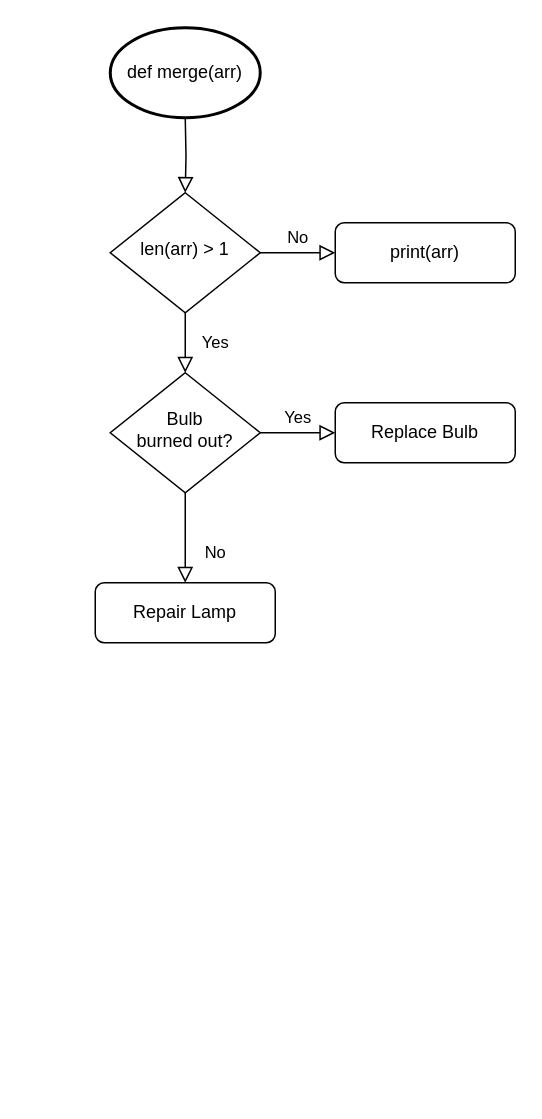
This is Untitled Diagram.drawio from tsabz/csc_logic_and_design, a draw.io file, before an edit. Source tidied: cells renumbered, new cells numbered last; positions are measured from the earlier drawing's top-left corner, leaving out a move shared by most shapes. Both pictures are drawn from the tidied source at 150%, with x=0, y=0 at pixel (94, 27).
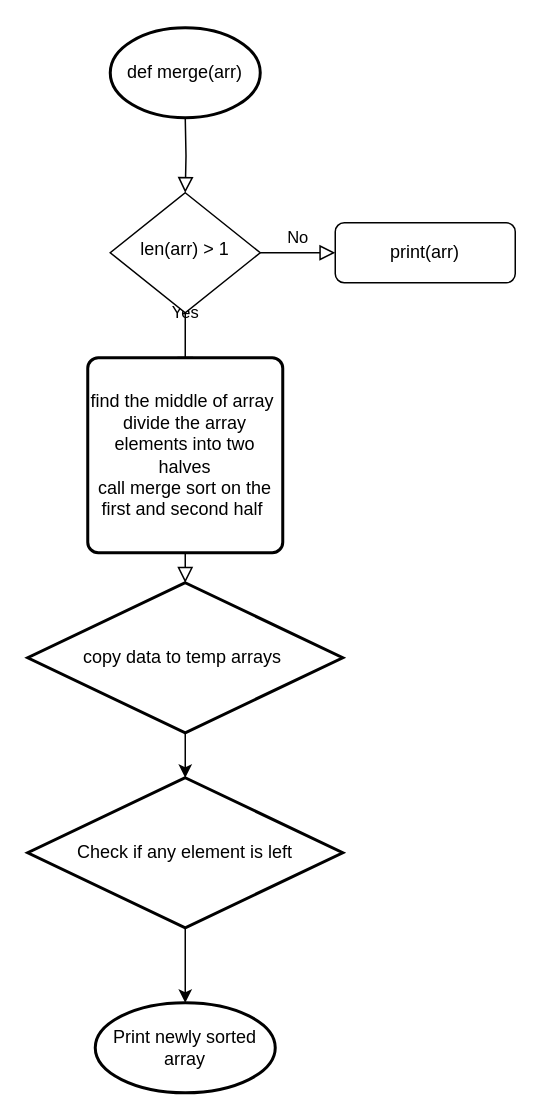
Above is the later version.

Commit message:
finished merge sort flowchart

The edit, as a diff of the source:
```diff
@@
 <mxGraphModel>
   <root>
     <mxCell id="0" />
     <mxCell id="1" parent="0" />
     <mxCell id="2" style="rounded=0;html=1;jettySize=auto;fontSize=11;endArrow=block;endFill=0;endSize=8;strokeWidth=1;shadow=0;labelBackgroundColor=none;edgeStyle=orthogonalEdgeStyle;" parent="1" edge="1" target="5">
       <mxGeometry relative="1" as="geometry">
         <mxPoint x="60" y="60" as="sourcePoint" />
       </mxGeometry>
     </mxCell>
-    <mxCell id="3" value="Yes" style="rounded=0;html=1;jettySize=auto;fontSize=11;endArrow=block;endFill=0;endSize=8;strokeWidth=1;shadow=0;labelBackgroundColor=none;edgeStyle=orthogonalEdgeStyle;" parent="1" edge="1" source="5" target="9">
-      <mxGeometry y="20" relative="1" as="geometry" />
+    <mxCell id="3" value="Yes" style="rounded=0;html=1;jettySize=auto;fontSize=11;endArrow=block;endFill=0;endSize=8;strokeWidth=1;shadow=0;labelBackgroundColor=none;edgeStyle=orthogonalEdgeStyle;" parent="1" edge="1" source="5">
+      <mxGeometry y="20" relative="1" as="geometry">
+        <mxPoint x="60" y="230" as="targetPoint" />
+      </mxGeometry>
     </mxCell>
     <mxCell id="4" value="No" style="edgeStyle=orthogonalEdgeStyle;rounded=0;html=1;jettySize=auto;fontSize=11;endArrow=block;endFill=0;endSize=8;strokeWidth=1;shadow=0;labelBackgroundColor=none;" parent="1" edge="1" source="5" target="6">
       <mxGeometry y="10" relative="1" as="geometry" />
     </mxCell>
     <mxCell id="5" value="len(arr) &amp;gt; 1" style="rhombus;whiteSpace=wrap;html=1;shadow=0;fontFamily=Helvetica;fontSize=12;align=center;strokeWidth=1;spacing=6;spacingTop=-4;" parent="1" vertex="1">
       <mxGeometry x="10" y="110" width="100" height="80" as="geometry" />
     </mxCell>
     <mxCell id="6" value="print(arr)" style="rounded=1;whiteSpace=wrap;html=1;fontSize=12;glass=0;strokeWidth=1;shadow=0;" parent="1" vertex="1">
       <mxGeometry x="160" y="130" width="120" height="40" as="geometry" />
     </mxCell>
-    <mxCell id="7" value="No" style="rounded=0;html=1;jettySize=auto;fontSize=11;endArrow=block;endFill=0;endSize=8;strokeWidth=1;shadow=0;labelBackgroundColor=none;edgeStyle=orthogonalEdgeStyle;" parent="1" edge="1" source="9" target="10">
-      <mxGeometry x="0.33" y="20" relative="1" as="geometry" />
+    <mxCell id="7" style="rounded=0;html=1;jettySize=auto;orthogonalLoop=1;fontSize=11;endArrow=block;endFill=0;endSize=8;strokeWidth=1;shadow=0;labelBackgroundColor=none;edgeStyle=orthogonalEdgeStyle;" parent="1" edge="1">
+      <mxGeometry x="0.33" y="20" relative="1" as="geometry">
+        <mxPoint x="60" y="310" as="sourcePoint" />
+        <mxPoint x="60" y="370" as="targetPoint" />
+      </mxGeometry>
     </mxCell>
-    <mxCell id="8" value="Yes" style="edgeStyle=orthogonalEdgeStyle;rounded=0;html=1;jettySize=auto;fontSize=11;endArrow=block;endFill=0;endSize=8;strokeWidth=1;shadow=0;labelBackgroundColor=none;" parent="1" edge="1" source="9" target="11">
-      <mxGeometry y="10" relative="1" as="geometry" />
-    </mxCell>
-    <mxCell id="9" value="Bulb&lt;br&gt;burned out?" style="rhombus;whiteSpace=wrap;html=1;shadow=0;fontFamily=Helvetica;fontSize=12;align=center;strokeWidth=1;spacing=6;spacingTop=-4;" parent="1" vertex="1">
-      <mxGeometry x="10" y="230" width="100" height="80" as="geometry" />
-    </mxCell>
-    <mxCell id="10" value="Repair Lamp" style="rounded=1;whiteSpace=wrap;html=1;fontSize=12;glass=0;strokeWidth=1;shadow=0;" parent="1" vertex="1">
-      <mxGeometry y="370" width="120" height="40" as="geometry" />
-    </mxCell>
-    <mxCell id="11" value="Replace Bulb" style="rounded=1;whiteSpace=wrap;html=1;fontSize=12;glass=0;strokeWidth=1;shadow=0;" parent="1" vertex="1">
-      <mxGeometry x="160" y="250" width="120" height="40" as="geometry" />
-    </mxCell>
     <mxCell id="12" value="def merge(arr)" style="strokeWidth=2;html=1;shape=mxgraph.flowchart.start_1;whiteSpace=wrap;" parent="1" vertex="1">
       <mxGeometry x="10" width="100" height="60" as="geometry" />
     </mxCell>
+    <mxCell id="13" value="find the middle of array&amp;nbsp;&lt;br&gt;divide the array elements into two halves&lt;br&gt;call merge sort on the first and second half&amp;nbsp;" style="rounded=1;whiteSpace=wrap;html=1;absoluteArcSize=1;arcSize=14;strokeWidth=2;" parent="1" vertex="1">
+      <mxGeometry x="-5" y="220" width="130" height="130" as="geometry" />
+    </mxCell>
+    <mxCell id="14" style="edgeStyle=orthogonalEdgeStyle;rounded=0;jettySize=auto;html=1;" parent="1" edge="1" source="15" target="17">
+      <mxGeometry relative="1" as="geometry" />
+    </mxCell>
+    <mxCell id="15" value="copy data to temp arrays&amp;nbsp;" style="strokeWidth=2;html=1;shape=mxgraph.flowchart.decision;whiteSpace=wrap;" parent="1" vertex="1">
+      <mxGeometry x="-45" y="370" width="210" height="100" as="geometry" />
+    </mxCell>
+    <mxCell id="16" style="edgeStyle=orthogonalEdgeStyle;rounded=0;jettySize=auto;html=1;" parent="1" edge="1" source="17" target="18">
+      <mxGeometry relative="1" as="geometry" />
+    </mxCell>
+    <mxCell id="17" value="Check if any element is left" style="strokeWidth=2;html=1;shape=mxgraph.flowchart.decision;whiteSpace=wrap;" parent="1" vertex="1">
+      <mxGeometry x="-45" y="500" width="210" height="100" as="geometry" />
+    </mxCell>
+    <mxCell id="18" value="Print newly sorted array" style="ellipse;whiteSpace=wrap;html=1;strokeWidth=2;" parent="1" vertex="1">
+      <mxGeometry y="650" width="120" height="60" as="geometry" />
+    </mxCell>
   </root>
 </mxGraphModel>
```
